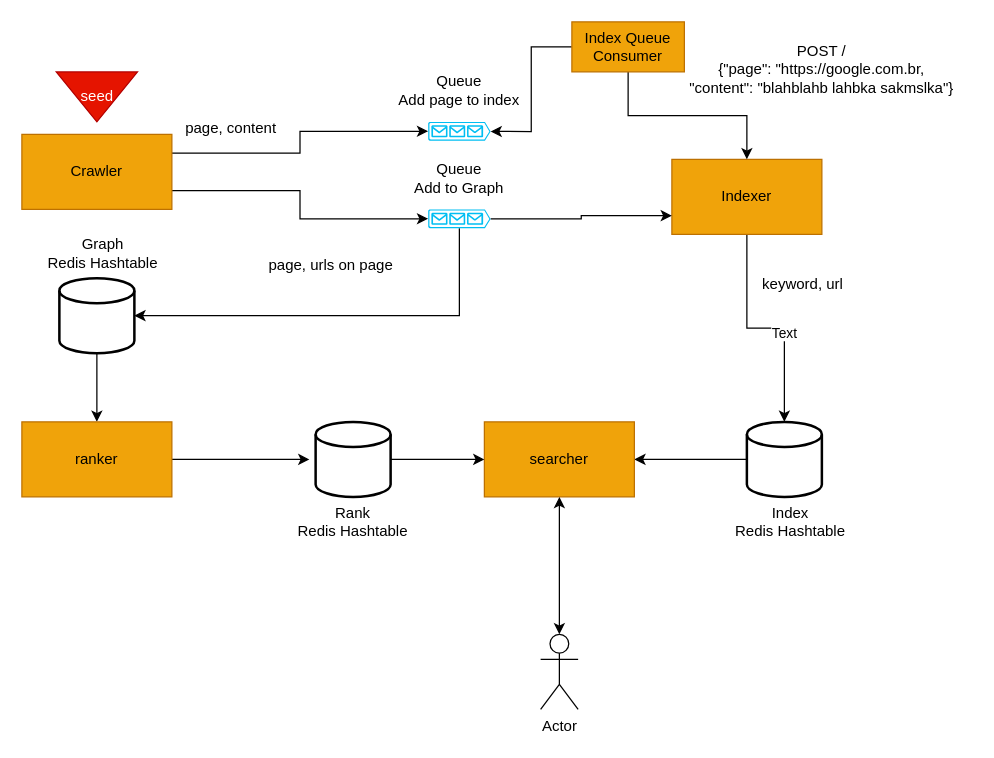
This is search-engine.drawio from lariskovski/search-engine, a draw.io file, before an edit. Source tidied: cells renumbered, new cells numbered last; positions are measured from the earlier drawing's top-left corner, leaving out a move shared by most shapes. Both pictures are drawn from the tidied source at 125%, with x=0, y=0 at pixel (21, 21).
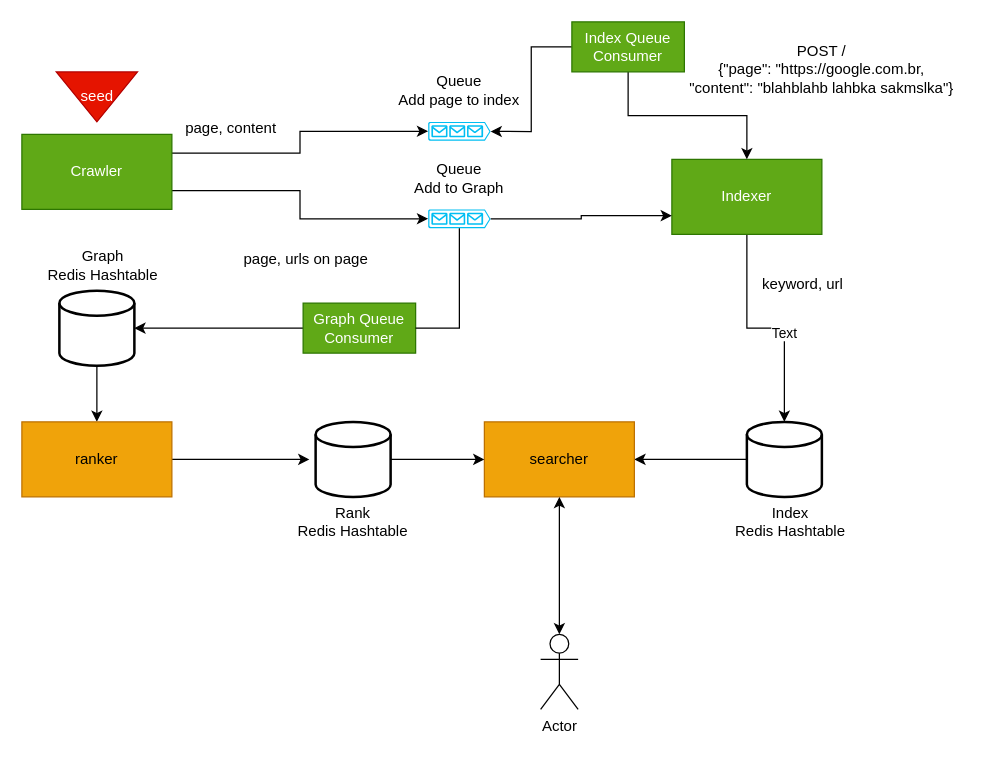
The same diagram, later.

Commit message (it also covers changes not shown here):
Add graph queue consumer and adjusts drawing

The change refers to these unchanged cells:
```xml
<mxCell id="23" style="verticalLabelPosition=bottom;html=1;verticalAlign=top;align=center;strokeColor=none;fillColor=#00BEF2;shape=mxgraph.azure.queue_generic;" parent="1" vertex="1">
  <mxGeometry x="325" y="150" width="50" height="15" as="geometry" />
</mxCell>
```

What changed in the source:
```diff
@@
-    <mxCell id="4" value="Crawler" style="rounded=0;whiteSpace=wrap;html=1;fillColor=#f0a30a;strokeColor=#BD7000;fontColor=#000000;" parent="1" vertex="1">
+    <mxCell id="4" value="Crawler" style="rounded=0;whiteSpace=wrap;html=1;fillColor=#60a917;strokeColor=#2D7600;fontColor=#ffffff;" parent="1" vertex="1">
       <mxGeometry y="90" width="120" height="60" as="geometry" />
     </mxCell>
@@
     <mxCell id="7" style="strokeWidth=2;html=1;shape=mxgraph.flowchart.database;whiteSpace=wrap;" parent="1" vertex="1">
-      <mxGeometry x="30" y="205" width="60" height="60" as="geometry" />
+      <mxGeometry x="30" y="215" width="60" height="60" as="geometry" />
     </mxCell>
@@
     <mxCell id="10" value="Graph &lt;br&gt;Redis Hashtable" style="text;html=1;strokeColor=none;fillColor=none;align=center;verticalAlign=middle;whiteSpace=wrap;rounded=0;" parent="1" vertex="1">
-      <mxGeometry y="165" width="130" height="40" as="geometry" />
+      <mxGeometry y="175" width="130" height="40" as="geometry" />
     </mxCell>
@@
-    <mxCell id="13" value="Indexer" style="rounded=0;whiteSpace=wrap;html=1;fillColor=#f0a30a;strokeColor=#BD7000;fontColor=#000000;" parent="1" vertex="1">
+    <mxCell id="13" value="Indexer" style="rounded=0;whiteSpace=wrap;html=1;fillColor=#60a917;strokeColor=#2D7600;fontColor=#ffffff;" parent="1" vertex="1">
       <mxGeometry x="520" y="110" width="120" height="60" as="geometry" />
     </mxCell>
     <mxCell id="14" value="page, urls on page" style="text;html=1;strokeColor=none;fillColor=none;align=center;verticalAlign=middle;whiteSpace=wrap;rounded=0;" parent="1" vertex="1">
-      <mxGeometry x="190" y="185" width="115" height="20" as="geometry" />
+      <mxGeometry x="170" y="180" width="115" height="20" as="geometry" />
     </mxCell>
@@
-    <mxCell id="21" style="edgeStyle=orthogonalEdgeStyle;rounded=0;jettySize=auto;html=1;exitX=0.5;exitY=1;exitDx=0;exitDy=0;exitPerimeter=0;entryX=1;entryY=0.5;entryDx=0;entryDy=0;entryPerimeter=0;startArrow=none;startFill=0;strokeWidth=1;" parent="1" edge="1" source="23" target="7">
+    <mxCell id="21" style="edgeStyle=orthogonalEdgeStyle;rounded=0;jettySize=auto;html=1;exitX=0;exitY=0.5;exitDx=0;exitDy=0;entryX=1;entryY=0.5;entryDx=0;entryDy=0;entryPerimeter=0;startArrow=none;startFill=0;strokeWidth=1;" parent="1" edge="1" source="36" target="7">
       <mxGeometry relative="1" as="geometry" />
     </mxCell>
@@
-    <mxCell id="34" value="Index Queue Consumer" style="rounded=0;whiteSpace=wrap;html=1;fillColor=#f0a30a;strokeColor=#BD7000;fontColor=#000000;" parent="1" vertex="1">
+    <mxCell id="34" value="Index Queue Consumer" style="rounded=0;whiteSpace=wrap;html=1;fillColor=#60a917;strokeColor=#2D7600;fontColor=#ffffff;" parent="1" vertex="1">
       <mxGeometry x="440" width="90" height="40" as="geometry" />
     </mxCell>
@@
+    <mxCell id="36" value="Graph Queue Consumer" style="rounded=0;whiteSpace=wrap;html=1;fillColor=#60a917;strokeColor=#2D7600;fontColor=#ffffff;" parent="1" vertex="1">
+      <mxGeometry x="225" y="225" width="90" height="40" as="geometry" />
+    </mxCell>
+    <mxCell id="37" style="edgeStyle=orthogonalEdgeStyle;rounded=0;jettySize=auto;html=1;exitX=0.5;exitY=1;exitDx=0;exitDy=0;exitPerimeter=0;entryX=1;entryY=0.5;entryDx=0;entryDy=0;entryPerimeter=0;startArrow=none;startFill=0;strokeWidth=1;endArrow=none;" parent="1" edge="1" source="23" target="36">
+      <mxGeometry relative="1" as="geometry" />
+    </mxCell>
```
